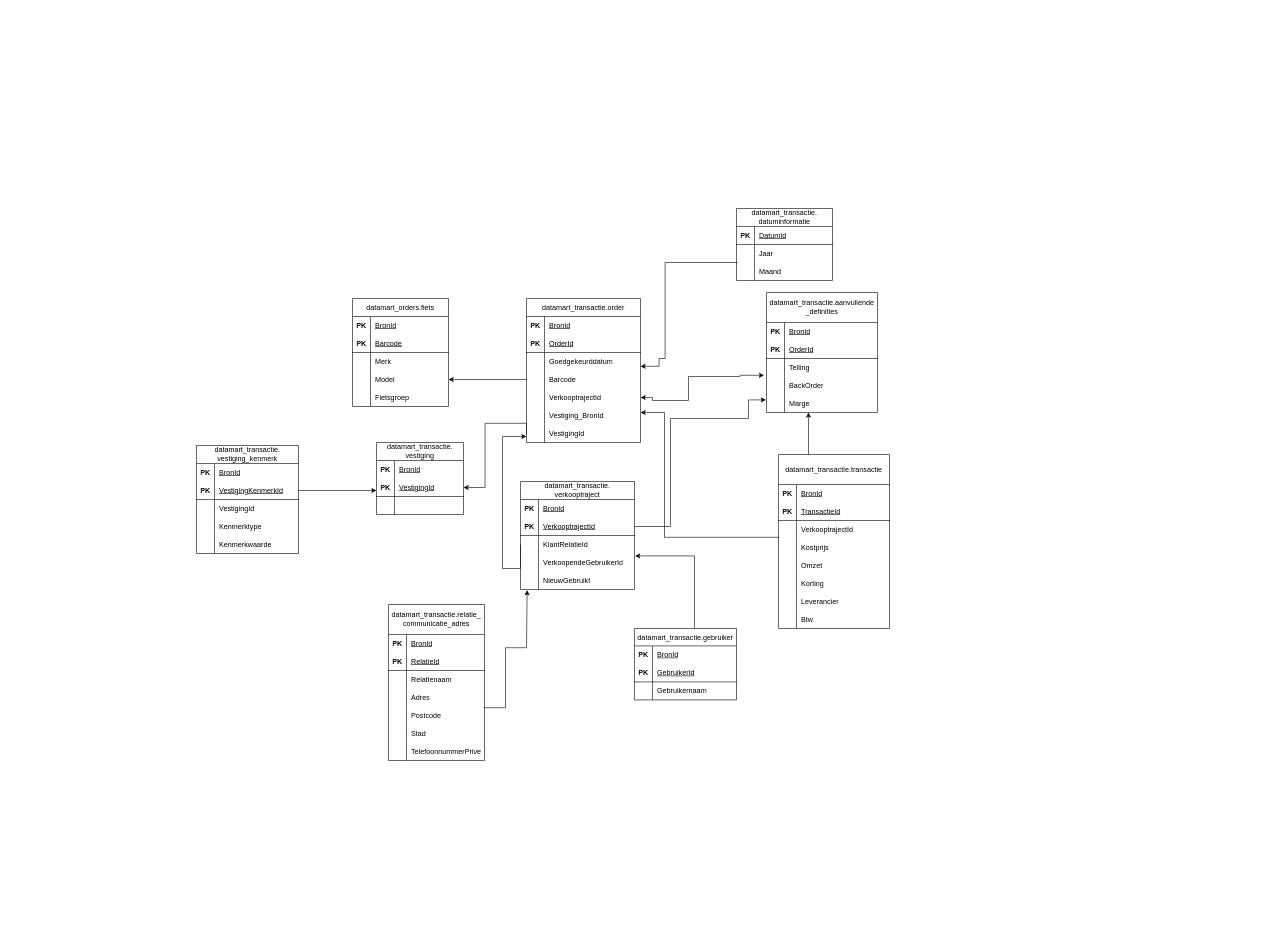
The draw.io diagram page "ERD transactielijst datamart transactielijst" (2 of 2) of Diagram zonder titel.drawio in roxboers/starter-web, before the edit. Source tidied: cells renumbered, new cells numbered last; positions are measured from the earlier drawing's top-left corner, leaving out a move shared by most shapes. Both pictures are drawn from the tidied source at 60%, with x=0, y=0 at pixel (196, 208).
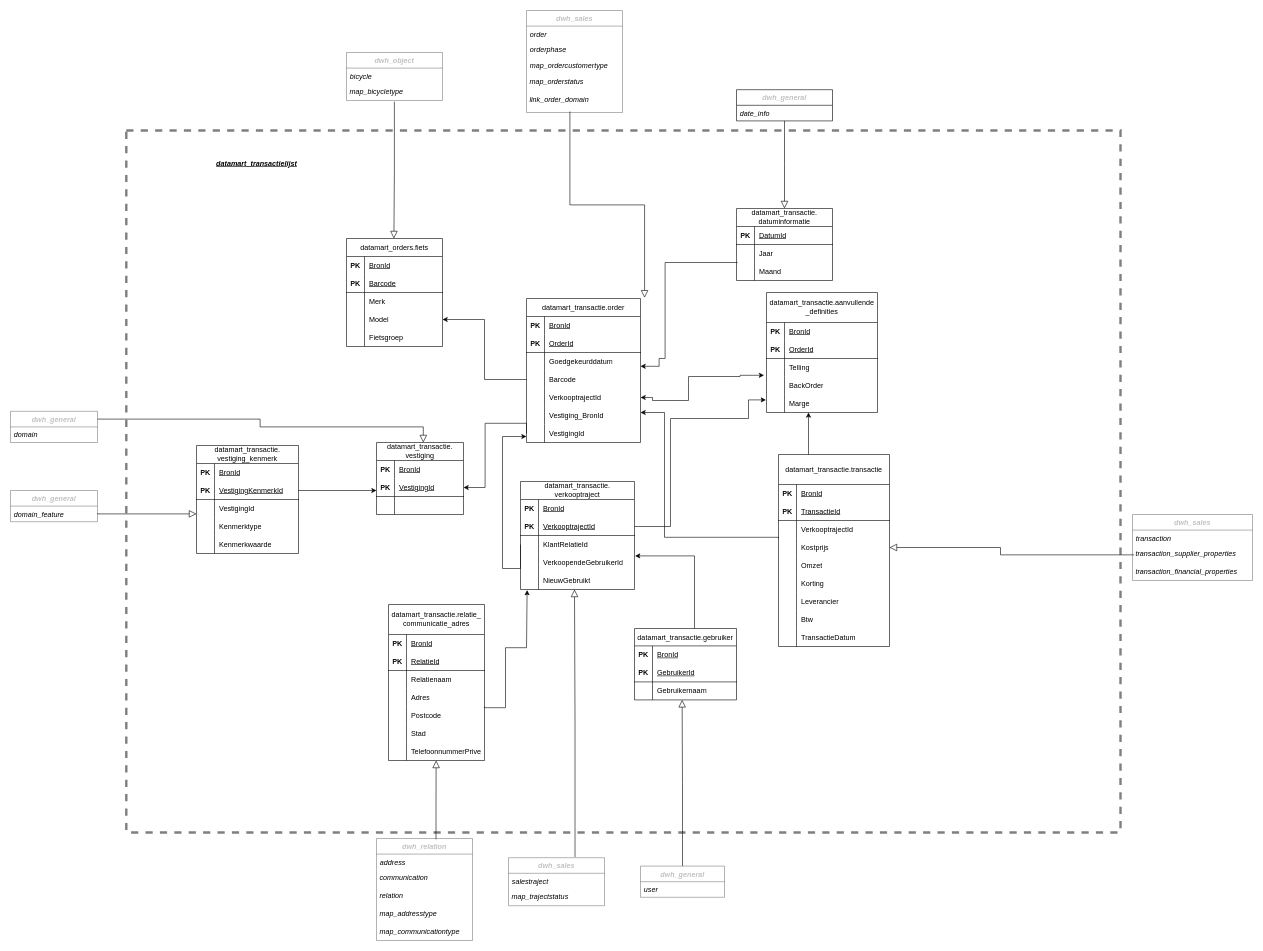
After the change.

Unchanged cells that the change refers to:
```xml
<mxCell id="158" style="shape=tableRow;horizontal=0;startSize=0;swimlaneHead=0;swimlaneBody=0;fillColor=none;points=[[0,0.5],[1,0.5]];portConstraint=eastwest;top=0;left=0;right=0;bottom=0;html=1;" parent="148" vertex="1">
  <mxGeometry y="140" width="185" height="30" as="geometry" />
</mxCell>
```

Diff of the diagram source:
```diff
@@
     <mxCell id="131" value="&lt;span style=&quot;font-weight: normal;&quot;&gt;datamart_orders.fiets&lt;br&gt;&lt;/span&gt;" style="shape=table;startSize=30;childLayout=tableLayout;rowLines=0;fontStyle=1;align=center;html=1;whiteSpace=wrap;" parent="1" vertex="1">
-      <mxGeometry x="260" y="150" width="160" height="180" as="geometry" />
+      <mxGeometry x="250" y="50" width="160" height="180" as="geometry" />
     </mxCell>
@@
     <mxCell id="148" value="&lt;span style=&quot;font-weight: normal;&quot;&gt;datamart_transactie.transactie&lt;br&gt;&lt;/span&gt;" style="shape=table;startSize=50;childLayout=tableLayout;rowLines=0;fontStyle=1;align=center;html=1;whiteSpace=wrap;" parent="1" vertex="1">
-      <mxGeometry x="970" y="410" width="185" height="290" as="geometry" />
+      <mxGeometry x="970" y="410" width="185" height="320" as="geometry" />
     </mxCell>
@@
+    <mxCell id="176" style="shape=tableRow;horizontal=0;startSize=0;swimlaneHead=0;swimlaneBody=0;fillColor=none;top=0;left=0;right=0;bottom=0;html=1;" parent="148" vertex="1">
+      <mxGeometry y="290" width="185" height="30" as="geometry" />
+    </mxCell>
+    <mxCell id="177" style="shape=partialRectangle;fillColor=none;top=0;left=0;bottom=0;right=0;overflow=hidden;html=1;whiteSpace=wrap;" parent="176" vertex="1">
+      <mxGeometry width="30" height="30" as="geometry" />
+    </mxCell>
+    <mxCell id="178" value="TransactieDatum" style="shape=partialRectangle;fillColor=none;top=0;left=0;bottom=0;right=0;align=left;spacingLeft=6;overflow=hidden;html=1;whiteSpace=wrap;" parent="176" vertex="1">
+      <mxGeometry x="30" width="155" height="30" as="geometry" />
+    </mxCell>
@@
+    <mxCell id="179" value="&lt;i style=&quot;&quot;&gt;&lt;u&gt;&lt;b&gt;datamart_transactielijst&lt;/b&gt;&lt;/u&gt;&lt;/i&gt;" style="text;html=1;align=center;verticalAlign=middle;strokeColor=none;fillColor=none;" parent="1" vertex="1">
+      <mxGeometry x="20" y="-90" width="160" height="30" as="geometry" />
+    </mxCell>
+    <mxCell id="180" value="dwh_sales" style="swimlane;fontStyle=3;align=center;verticalAlign=top;horizontal=1;startSize=26;rounded=0;shadow=0;strokeWidth=1;fontColor=#C2C2C2;opacity=50;" parent="1" vertex="1">
+      <mxGeometry x="550" y="-330" width="160" height="170" as="geometry" />
+    </mxCell>
+    <mxCell id="181" value="order" style="text;align=left;verticalAlign=top;spacingLeft=4;spacingRight=4;overflow=hidden;fontStyle=2;" parent="180" vertex="1">
+      <mxGeometry y="26" width="160" height="26" as="geometry" />
+    </mxCell>
+    <mxCell id="182" value="orderphase" style="text;align=left;verticalAlign=top;spacingLeft=4;spacingRight=4;overflow=hidden;rounded=0;shadow=0;html=0;fontStyle=2;" parent="180" vertex="1">
+      <mxGeometry y="52" width="160" height="26" as="geometry" />
+    </mxCell>
+    <mxCell id="183" value="map_ordercustomertype" style="text;align=left;verticalAlign=top;spacingLeft=4;spacingRight=4;overflow=hidden;fontStyle=2;" parent="180" vertex="1">
+      <mxGeometry y="78" width="160" height="26" as="geometry" />
+    </mxCell>
+    <mxCell id="184" value="&amp;nbsp;map_orderstatus" style="text;html=1;align=left;verticalAlign=middle;strokeColor=none;fillColor=none;fontStyle=2;" parent="180" vertex="1">
+      <mxGeometry y="104" width="160" height="30" as="geometry" />
+    </mxCell>
+    <mxCell id="185" value="&amp;nbsp;link_order_domain" style="text;html=1;align=left;verticalAlign=middle;points=[];strokeColor=none;fillColor=none;fontStyle=2;" parent="180" vertex="1">
+      <mxGeometry y="134" width="160" height="30" as="geometry" />
+    </mxCell>
+    <mxCell id="186" style="endArrow=block;endSize=10;endFill=0;shadow=0;strokeWidth=1;rounded=0;edgeStyle=elbowEdgeStyle;elbow=vertical;exitX=0.452;exitY=1.147;exitDx=0;exitDy=0;exitPerimeter=0;entryX=0.536;entryY=0.182;entryDx=0;entryDy=0;entryPerimeter=0;" parent="1" edge="1" source="185">
+      <mxGeometry relative="1" as="geometry">
+        <mxPoint x="746.8" y="148.7" as="targetPoint" />
+      </mxGeometry>
+    </mxCell>
+    <mxCell id="187" value="dwh_general" style="swimlane;fontStyle=3;align=center;verticalAlign=top;horizontal=1;startSize=26;rounded=0;shadow=0;strokeWidth=1;fontColor=#C2C2C2;" parent="1" vertex="1">
+      <mxGeometry x="900" y="-198" width="160" height="52" as="geometry" />
+    </mxCell>
+    <mxCell id="188" value="date_info" style="text;align=left;verticalAlign=top;spacingLeft=4;spacingRight=4;overflow=hidden;fontStyle=2;opacity=50;" parent="187" vertex="1">
+      <mxGeometry y="26" width="160" height="24" as="geometry" />
+    </mxCell>
+    <mxCell id="189" style="endArrow=block;endSize=10;endFill=0;shadow=0;strokeWidth=1;rounded=0;edgeStyle=elbowEdgeStyle;elbow=vertical;exitX=0.5;exitY=1;exitDx=0;exitDy=0;" parent="1" edge="1" source="187">
+      <mxGeometry relative="1" as="geometry">
+        <mxPoint x="980" as="targetPoint" />
+      </mxGeometry>
+    </mxCell>
+    <mxCell id="190" value="dwh_general" style="swimlane;fontStyle=3;align=center;verticalAlign=top;horizontal=1;startSize=26;rounded=0;shadow=0;strokeWidth=1;fontColor=#C2C2C2;opacity=50;" parent="1" vertex="1">
+      <mxGeometry x="740" y="1096" width="140" height="52" as="geometry" />
+    </mxCell>
+    <mxCell id="191" value="user" style="text;align=left;verticalAlign=top;spacingLeft=4;spacingRight=4;overflow=hidden;fontStyle=2;" parent="190" vertex="1">
+      <mxGeometry y="26" width="140" height="24" as="geometry" />
+    </mxCell>
+    <mxCell id="192" style="endArrow=block;endSize=10;endFill=0;shadow=0;strokeWidth=1;rounded=0;edgeStyle=elbowEdgeStyle;elbow=vertical;" parent="1" edge="1" source="190">
+      <mxGeometry relative="1" as="geometry">
+        <mxPoint x="809.4" y="819" as="targetPoint" />
+      </mxGeometry>
+    </mxCell>
+    <mxCell id="193" value="dwh_sales" style="swimlane;fontStyle=3;align=center;verticalAlign=top;horizontal=1;startSize=26;rounded=0;shadow=0;strokeWidth=1;fontColor=#C2C2C2;opacity=50;" parent="1" vertex="1">
+      <mxGeometry x="520" y="1082" width="160" height="80" as="geometry" />
+    </mxCell>
+    <mxCell id="194" value="salestraject" style="text;align=left;verticalAlign=top;spacingLeft=4;spacingRight=4;overflow=hidden;fontStyle=2;" parent="193" vertex="1">
+      <mxGeometry y="26" width="160" height="24" as="geometry" />
+    </mxCell>
+    <mxCell id="195" value="&lt;i&gt;&amp;nbsp;map_trajectstatus&lt;/i&gt;" style="text;html=1;align=left;verticalAlign=middle;strokeColor=none;fillColor=none;" parent="193" vertex="1">
+      <mxGeometry y="50" width="160" height="30" as="geometry" />
+    </mxCell>
+    <mxCell id="196" value="dwh_relation" style="swimlane;fontStyle=3;align=center;verticalAlign=top;horizontal=1;startSize=26;rounded=0;shadow=0;strokeWidth=1;fontColor=#C2C2C2;opacity=50;" parent="1" vertex="1">
+      <mxGeometry x="300" y="1050" width="160" height="170" as="geometry" />
+    </mxCell>
+    <mxCell id="197" value="address" style="text;align=left;verticalAlign=top;spacingLeft=4;spacingRight=4;overflow=hidden;fontStyle=2;" parent="196" vertex="1">
+      <mxGeometry y="26" width="160" height="24" as="geometry" />
+    </mxCell>
+    <mxCell id="198" value="&lt;i&gt;&amp;nbsp;communication&lt;/i&gt;" style="text;html=1;align=left;verticalAlign=middle;strokeColor=none;fillColor=none;" parent="196" vertex="1">
+      <mxGeometry y="50" width="160" height="30" as="geometry" />
+    </mxCell>
+    <mxCell id="199" value="&lt;i&gt;&amp;nbsp;relation&lt;/i&gt;" style="text;html=1;align=left;verticalAlign=middle;strokeColor=none;fillColor=none;" parent="196" vertex="1">
+      <mxGeometry y="80" width="160" height="30" as="geometry" />
+    </mxCell>
+    <mxCell id="200" value="&lt;i&gt;&amp;nbsp;map_addresstype&lt;/i&gt;" style="text;html=1;align=left;verticalAlign=middle;strokeColor=none;fillColor=none;" parent="196" vertex="1">
+      <mxGeometry y="110" width="160" height="30" as="geometry" />
+    </mxCell>
+    <mxCell id="201" value="&lt;i style=&quot;border-color: var(--border-color);&quot;&gt;&amp;nbsp;map_communicationtype&lt;/i&gt;" style="text;html=1;align=left;verticalAlign=middle;strokeColor=none;fillColor=none;" parent="196" vertex="1">
+      <mxGeometry y="140" width="160" height="30" as="geometry" />
+    </mxCell>
+    <mxCell id="202" style="endArrow=block;endSize=10;endFill=0;shadow=0;strokeWidth=1;rounded=0;edgeStyle=elbowEdgeStyle;elbow=vertical;exitX=0.693;exitY=-0.014;exitDx=0;exitDy=0;exitPerimeter=0;" parent="1" edge="1" source="193">
+      <mxGeometry relative="1" as="geometry">
+        <mxPoint x="630" y="635" as="targetPoint" />
+      </mxGeometry>
+    </mxCell>
+    <mxCell id="203" style="endArrow=block;endSize=10;endFill=0;shadow=0;strokeWidth=1;rounded=0;edgeStyle=elbowEdgeStyle;elbow=vertical;exitX=0.62;exitY=0.008;exitDx=0;exitDy=0;exitPerimeter=0;" parent="1" edge="1" source="196">
+      <mxGeometry relative="1" as="geometry">
+        <mxPoint x="399.4" y="920" as="targetPoint" />
+      </mxGeometry>
+    </mxCell>
+    <mxCell id="204" value="dwh_general" style="swimlane;fontStyle=3;align=center;verticalAlign=top;horizontal=1;startSize=26;rounded=0;shadow=0;strokeWidth=1;fontColor=#C2C2C2;opacity=50;" parent="1" vertex="1">
+      <mxGeometry x="-310" y="338" width="145" height="52" as="geometry" />
+    </mxCell>
+    <mxCell id="205" value="domain&#10;" style="text;align=left;verticalAlign=top;spacingLeft=4;spacingRight=4;overflow=hidden;fontStyle=2;" parent="204" vertex="1">
+      <mxGeometry y="26" width="145" height="24" as="geometry" />
+    </mxCell>
+    <mxCell id="206" value="dwh_general" style="swimlane;fontStyle=3;align=center;verticalAlign=top;horizontal=1;startSize=26;rounded=0;shadow=0;strokeWidth=1;fontColor=#C2C2C2;opacity=50;" parent="1" vertex="1">
+      <mxGeometry x="-310" y="470" width="145" height="52" as="geometry" />
+    </mxCell>
+    <mxCell id="207" value="domain_feature" style="text;align=left;verticalAlign=top;spacingLeft=4;spacingRight=4;overflow=hidden;points=[[0,0.5],[1,0.5]];portConstraint=eastwest;fontStyle=2;" parent="206" vertex="1">
+      <mxGeometry y="26" width="145" height="24" as="geometry" />
+    </mxCell>
+    <mxCell id="208" style="endArrow=block;endSize=10;endFill=0;shadow=0;strokeWidth=1;rounded=0;edgeStyle=elbowEdgeStyle;elbow=vertical;exitX=1;exitY=0.5;exitDx=0;exitDy=0;" parent="1" edge="1" source="207">
+      <mxGeometry relative="1" as="geometry">
+        <mxPoint y="509.4" as="targetPoint" />
+      </mxGeometry>
+    </mxCell>
+    <mxCell id="209" style="edgeStyle=orthogonalEdgeStyle;rounded=0;jettySize=auto;html=1;exitX=1;exitY=0.25;exitDx=0;exitDy=0;entryX=0.5;entryY=0;entryDx=0;entryDy=0;shadow=0;strokeColor=default;strokeWidth=1;align=center;verticalAlign=middle;fontFamily=Helvetica;fontSize=11;fontColor=default;labelBackgroundColor=default;elbow=vertical;endArrow=block;endFill=0;endSize=10;" parent="1" edge="1" source="204">
+      <mxGeometry relative="1" as="geometry">
+        <mxPoint x="378" y="390" as="targetPoint" />
+        <Array as="points">
+          <mxPoint x="106" y="351" />
+          <mxPoint x="106" y="364" />
+          <mxPoint x="378" y="364" />
+        </Array>
+      </mxGeometry>
+    </mxCell>
+    <mxCell id="210" value="dwh_object" style="swimlane;fontStyle=3;align=center;verticalAlign=top;horizontal=1;startSize=26;rounded=0;shadow=0;strokeWidth=1;opacity=50;fontColor=#C2C2C2;" parent="1" vertex="1">
+      <mxGeometry x="250" y="-260" width="160" height="80" as="geometry" />
+    </mxCell>
+    <mxCell id="211" value="bicycle" style="text;align=left;verticalAlign=top;spacingLeft=4;spacingRight=4;overflow=hidden;fontStyle=2;dashed=1;dashPattern=8 8;" parent="210" vertex="1">
+      <mxGeometry y="26" width="160" height="24" as="geometry" />
+    </mxCell>
+    <mxCell id="212" value="&lt;i&gt;&amp;nbsp;map_bicycletype&lt;/i&gt;" style="text;html=1;align=left;verticalAlign=middle;points=[];strokeColor=none;fillColor=none;dashed=1;dashPattern=8 8;" parent="210" vertex="1">
+      <mxGeometry y="50" width="160" height="30" as="geometry" />
+    </mxCell>
+    <mxCell id="213" style="endArrow=block;endSize=10;endFill=0;shadow=0;strokeWidth=1;rounded=0;edgeStyle=elbowEdgeStyle;elbow=vertical;exitX=0.499;exitY=1.065;exitDx=0;exitDy=0;exitPerimeter=0;" parent="1" edge="1" source="212">
+      <mxGeometry relative="1" as="geometry">
+        <mxPoint x="329" y="50" as="targetPoint" />
+      </mxGeometry>
+    </mxCell>
+    <mxCell id="214" value="dwh_sales" style="swimlane;fontStyle=3;align=center;verticalAlign=top;horizontal=1;startSize=26;rounded=0;shadow=0;strokeWidth=1;opacity=50;fontColor=#C2C2C2;" parent="1" vertex="1">
+      <mxGeometry x="1560" y="510" width="200" height="110" as="geometry" />
+    </mxCell>
+    <mxCell id="215" value="transaction" style="text;align=left;verticalAlign=top;spacingLeft=4;spacingRight=4;overflow=hidden;fontStyle=2;dashed=1;dashPattern=8 8;" parent="214" vertex="1">
+      <mxGeometry y="26" width="200" height="24" as="geometry" />
+    </mxCell>
+    <mxCell id="216" value="&lt;i&gt;&amp;nbsp;transaction_supplier_properties&lt;/i&gt;" style="text;html=1;align=left;verticalAlign=middle;points=[];strokeColor=none;fillColor=none;dashed=1;dashPattern=8 8;" parent="214" vertex="1">
+      <mxGeometry y="50" width="200" height="30" as="geometry" />
+    </mxCell>
+    <mxCell id="217" value="&lt;i&gt;&amp;nbsp;transaction_financial_properties&lt;/i&gt;" style="text;html=1;align=left;verticalAlign=middle;strokeColor=none;fillColor=none;dashed=1;dashPattern=8 8;" parent="214" vertex="1">
+      <mxGeometry y="80" width="200" height="30" as="geometry" />
+    </mxCell>
+    <mxCell id="218" style="endArrow=block;endSize=10;endFill=0;shadow=0;strokeWidth=1;rounded=0;edgeStyle=elbowEdgeStyle;exitX=0.014;exitY=0.575;exitDx=0;exitDy=0;exitPerimeter=0;entryX=1;entryY=0.5;entryDx=0;entryDy=0;" parent="1" edge="1" source="216" target="158">
+      <mxGeometry relative="1" as="geometry">
+        <Array as="points">
+          <mxPoint x="1340" y="580" />
+          <mxPoint x="1313" y="625" />
+          <mxPoint x="1313" y="665" />
+        </Array>
+      </mxGeometry>
+    </mxCell>
+    <mxCell id="219" style="rounded=0;whiteSpace=wrap;html=1;fillColor=none;dashed=1;opacity=50;strokeWidth=4;" parent="1" vertex="1">
+      <mxGeometry x="-117" y="-130" width="1657" height="1170" as="geometry" />
+    </mxCell>
```
